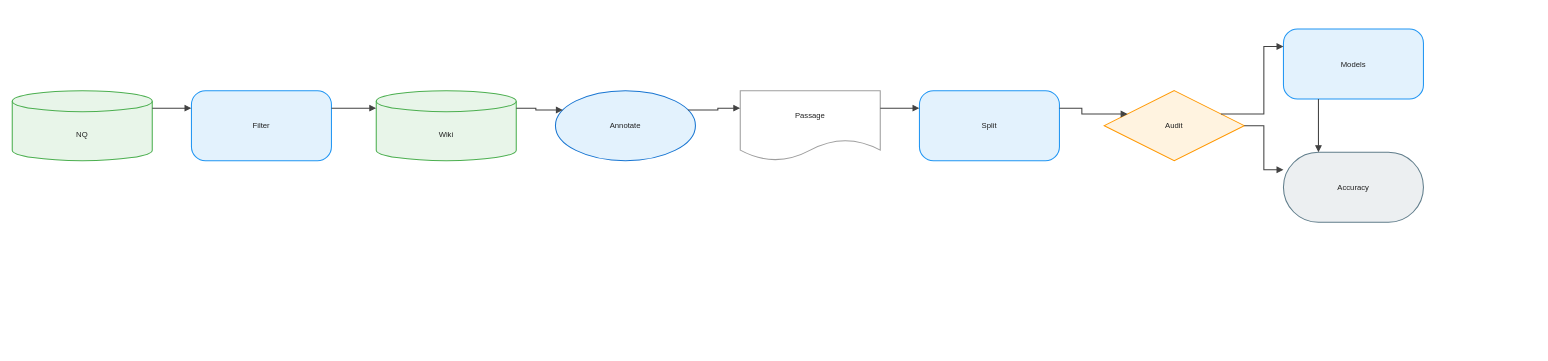
The draw.io diagram client/public/drawio/BoolQ/BoolQ.en.drawio in joe1chief/benchmark-hub, before the edit. Source tidied: cells renumbered, new cells numbered last; positions are measured from the earlier drawing's top-left corner, leaving out a move shared by most shapes. Both pictures are drawn from the tidied source at 70%, with x=0, y=0 at pixel (12, 29).
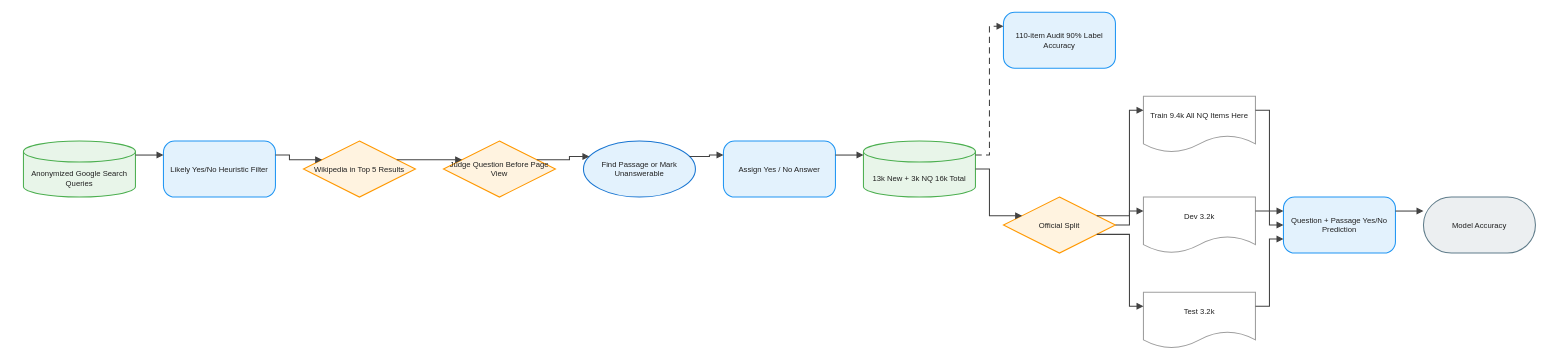
The same diagram, later.

What changed in the source:
```diff
@@
-    <mxCell id="2" value="NQ" style="shape=cylinder3;boundedLbl=1;backgroundOutline=1;size=15;html=1;whiteSpace=wrap;fillColor=#E8F5E9;strokeColor=#4CAF50;strokeWidth=1.5;fontColor=#212121;fontSize=11;fontFamily=Arial, Helvetica, sans-serif;verticalAlign=middle;align=center;" parent="1" vertex="1">
-      <mxGeometry y="88" width="200" height="100" as="geometry" />
+    <mxCell id="2" value="Anonymized Google Search Queries" style="shape=cylinder3;boundedLbl=1;backgroundOutline=1;size=15;html=1;whiteSpace=wrap;fillColor=#E8F5E9;strokeColor=#4CAF50;strokeWidth=1.5;fontColor=#212121;fontSize=11;fontFamily=Arial, Helvetica, sans-serif;verticalAlign=middle;align=center;" parent="1" vertex="1">
+      <mxGeometry x="16" y="160" width="160" height="80" as="geometry" />
     </mxCell>
-    <mxCell id="3" value="Filter" style="rounded=1;arcSize=20;html=1;whiteSpace=wrap;fillColor=#E3F2FD;strokeColor=#2196F3;strokeWidth=1.5;fontColor=#212121;fontSize=11;fontFamily=Arial, Helvetica, sans-serif;verticalAlign=middle;align=center;" parent="1" vertex="1">
-      <mxGeometry x="256" y="88" width="200" height="100" as="geometry" />
+    <mxCell id="3" value="Likely Yes/No Heuristic Filter" style="rounded=1;arcSize=20;html=1;whiteSpace=wrap;fillColor=#E3F2FD;strokeColor=#2196F3;strokeWidth=1.5;fontColor=#212121;fontSize=11;fontFamily=Arial, Helvetica, sans-serif;verticalAlign=middle;align=center;" parent="1" vertex="1">
+      <mxGeometry x="216" y="160" width="160" height="80" as="geometry" />
     </mxCell>
-    <mxCell id="4" value="Wiki" style="shape=cylinder3;boundedLbl=1;backgroundOutline=1;size=15;html=1;whiteSpace=wrap;fillColor=#E8F5E9;strokeColor=#4CAF50;strokeWidth=1.5;fontColor=#212121;fontSize=11;fontFamily=Arial, Helvetica, sans-serif;verticalAlign=middle;align=center;" parent="1" vertex="1">
-      <mxGeometry x="520" y="88" width="200" height="100" as="geometry" />
+    <mxCell id="4" value="Wikipedia in Top 5 Results" style="rhombus;html=1;whiteSpace=wrap;fillColor=#FFF3E0;strokeColor=#FF9800;strokeWidth=1.5;fontColor=#212121;fontSize=11;fontFamily=Arial, Helvetica, sans-serif;verticalAlign=middle;align=center;" parent="1" vertex="1">
+      <mxGeometry x="416" y="160" width="160" height="80" as="geometry" />
     </mxCell>
-    <mxCell id="5" value="Annotate" style="ellipse;html=1;whiteSpace=wrap;fillColor=#E3F2FD;strokeColor=#1976D2;strokeWidth=1.5;fontColor=#212121;fontSize=11;fontFamily=Arial, Helvetica, sans-serif;verticalAlign=middle;align=center;" parent="1" vertex="1">
-      <mxGeometry x="776" y="88" width="200" height="100" as="geometry" />
+    <mxCell id="5" value="Judge Question Before Page View" style="rhombus;html=1;whiteSpace=wrap;fillColor=#FFF3E0;strokeColor=#FF9800;strokeWidth=1.5;fontColor=#212121;fontSize=11;fontFamily=Arial, Helvetica, sans-serif;verticalAlign=middle;align=center;" parent="1" vertex="1">
+      <mxGeometry x="616" y="160" width="160" height="80" as="geometry" />
     </mxCell>
-    <mxCell id="6" value="Passage" style="shape=document;boundedLbl=1;html=1;whiteSpace=wrap;fillColor=#FFFFFF;strokeColor=#9E9E9E;strokeWidth=1.5;fontColor=#212121;fontSize=11;fontFamily=Arial, Helvetica, sans-serif;verticalAlign=middle;align=center;" parent="1" vertex="1">
-      <mxGeometry x="1040" y="88" width="200" height="100" as="geometry" />
+    <mxCell id="6" value="Find Passage or Mark Unanswerable" style="ellipse;html=1;whiteSpace=wrap;fillColor=#E3F2FD;strokeColor=#1976D2;strokeWidth=1.5;fontColor=#212121;fontSize=11;fontFamily=Arial, Helvetica, sans-serif;verticalAlign=middle;align=center;" parent="1" vertex="1">
+      <mxGeometry x="816" y="160" width="160" height="80" as="geometry" />
     </mxCell>
-    <mxCell id="7" value="Split" style="rounded=1;arcSize=20;html=1;whiteSpace=wrap;fillColor=#E3F2FD;strokeColor=#2196F3;strokeWidth=1.5;fontColor=#212121;fontSize=11;fontFamily=Arial, Helvetica, sans-serif;verticalAlign=middle;align=center;" parent="1" vertex="1">
-      <mxGeometry x="1296" y="88" width="200" height="100" as="geometry" />
+    <mxCell id="7" value="Assign Yes / No Answer" style="rounded=1;arcSize=20;html=1;whiteSpace=wrap;fillColor=#E3F2FD;strokeColor=#2196F3;strokeWidth=1.5;fontColor=#212121;fontSize=11;fontFamily=Arial, Helvetica, sans-serif;verticalAlign=middle;align=center;" parent="1" vertex="1">
+      <mxGeometry x="1016" y="160" width="160" height="80" as="geometry" />
     </mxCell>
-    <mxCell id="8" value="Audit" style="rhombus;html=1;whiteSpace=wrap;fillColor=#FFF3E0;strokeColor=#FF9800;strokeWidth=1.5;fontColor=#212121;fontSize=11;fontFamily=Arial, Helvetica, sans-serif;verticalAlign=middle;align=center;" parent="1" vertex="1">
-      <mxGeometry x="1560" y="88" width="200" height="100" as="geometry" />
+    <mxCell id="8" value="13k New + 3k NQ 16k Total" style="shape=cylinder3;boundedLbl=1;backgroundOutline=1;size=15;html=1;whiteSpace=wrap;fillColor=#E8F5E9;strokeColor=#4CAF50;strokeWidth=1.5;fontColor=#212121;fontSize=11;fontFamily=Arial, Helvetica, sans-serif;verticalAlign=middle;align=center;" parent="1" vertex="1">
+      <mxGeometry x="1216" y="160" width="160" height="80" as="geometry" />
     </mxCell>
-    <mxCell id="9" value="Models" style="rounded=1;arcSize=20;html=1;whiteSpace=wrap;fillColor=#E3F2FD;strokeColor=#2196F3;strokeWidth=1.5;fontColor=#212121;fontSize=11;fontFamily=Arial, Helvetica, sans-serif;verticalAlign=middle;align=center;" parent="1" vertex="1">
-      <mxGeometry x="1816" width="200" height="100" as="geometry" />
+    <mxCell id="9" value="110-item Audit 90% Label Accuracy" style="rounded=1;arcSize=20;html=1;whiteSpace=wrap;fillColor=#E3F2FD;strokeColor=#2196F3;strokeWidth=1.5;fontColor=#212121;fontSize=11;fontFamily=Arial, Helvetica, sans-serif;verticalAlign=middle;align=center;" parent="1" vertex="1">
+      <mxGeometry x="1416" y="-24" width="160" height="80" as="geometry" />
     </mxCell>
-    <mxCell id="10" value="Accuracy" style="rounded=1;arcSize=50;html=1;whiteSpace=wrap;fillColor=#ECEFF1;strokeColor=#607D8B;strokeWidth=1.5;fontColor=#212121;fontSize=11;fontFamily=Arial, Helvetica, sans-serif;verticalAlign=middle;align=center;" parent="1" vertex="1">
-      <mxGeometry x="1816" y="176" width="200" height="100" as="geometry" />
+    <mxCell id="10" value="Official Split" style="rhombus;html=1;whiteSpace=wrap;fillColor=#FFF3E0;strokeColor=#FF9800;strokeWidth=1.5;fontColor=#212121;fontSize=11;fontFamily=Arial, Helvetica, sans-serif;verticalAlign=middle;align=center;" parent="1" vertex="1">
+      <mxGeometry x="1416" y="240" width="160" height="80" as="geometry" />
     </mxCell>
-    <mxCell id="11" style="edgeStyle=orthogonalEdgeStyle;rounded=0;jettySize=auto;html=1;strokeColor=#424242;strokeWidth=1.5;endArrow=block;endFill=1;exitX=1;exitY=0.25;exitDx=0;exitDy=0;entryX=0;entryY=0.25;entryDx=0;entryDy=0;jumpStyle=arc;jumpSize=8;" parent="1" edge="1" source="2" target="3">
-      <mxGeometry relative="1" as="geometry" />
+    <mxCell id="11" value="Train 9.4k All NQ Items Here" style="shape=document;boundedLbl=1;html=1;whiteSpace=wrap;fillColor=#FFFFFF;strokeColor=#9E9E9E;strokeWidth=1.5;fontColor=#212121;fontSize=11;fontFamily=Arial, Helvetica, sans-serif;verticalAlign=middle;align=center;" parent="1" vertex="1">
+      <mxGeometry x="1616" y="96" width="160" height="80" as="geometry" />
     </mxCell>
-    <mxCell id="12" style="edgeStyle=orthogonalEdgeStyle;rounded=0;jettySize=auto;html=1;strokeColor=#424242;strokeWidth=1.5;endArrow=block;endFill=1;exitX=1;exitY=0.25;exitDx=0;exitDy=0;entryX=0;entryY=0.25;entryDx=0;entryDy=0;jumpStyle=arc;jumpSize=8;" parent="1" edge="1" source="3" target="4">
-      <mxGeometry relative="1" as="geometry" />
+    <mxCell id="12" value="Dev 3.2k" style="shape=document;boundedLbl=1;html=1;whiteSpace=wrap;fillColor=#FFFFFF;strokeColor=#9E9E9E;strokeWidth=1.5;fontColor=#212121;fontSize=11;fontFamily=Arial, Helvetica, sans-serif;verticalAlign=middle;align=center;" parent="1" vertex="1">
+      <mxGeometry x="1616" y="240" width="160" height="80" as="geometry" />
     </mxCell>
-    <mxCell id="13" style="edgeStyle=orthogonalEdgeStyle;rounded=0;jettySize=auto;html=1;strokeColor=#424242;strokeWidth=1.5;endArrow=block;endFill=1;exitX=1;exitY=0.25;exitDx=0;exitDy=0;entryX=0;entryY=0.25;entryDx=0;entryDy=0;jumpStyle=arc;jumpSize=8;" parent="1" edge="1" source="4" target="5">
-      <mxGeometry relative="1" as="geometry" />
+    <mxCell id="13" value="Test 3.2k" style="shape=document;boundedLbl=1;html=1;whiteSpace=wrap;fillColor=#FFFFFF;strokeColor=#9E9E9E;strokeWidth=1.5;fontColor=#212121;fontSize=11;fontFamily=Arial, Helvetica, sans-serif;verticalAlign=middle;align=center;" parent="1" vertex="1">
+      <mxGeometry x="1616" y="376" width="160" height="80" as="geometry" />
     </mxCell>
-    <mxCell id="14" style="edgeStyle=orthogonalEdgeStyle;rounded=0;jettySize=auto;html=1;strokeColor=#424242;strokeWidth=1.5;endArrow=block;endFill=1;exitX=1;exitY=0.25;exitDx=0;exitDy=0;entryX=0;entryY=0.25;entryDx=0;entryDy=0;jumpStyle=arc;jumpSize=8;" parent="1" edge="1" source="5" target="6">
-      <mxGeometry relative="1" as="geometry" />
+    <mxCell id="14" value="Question + Passage Yes/No Prediction" style="rounded=1;arcSize=20;html=1;whiteSpace=wrap;fillColor=#E3F2FD;strokeColor=#2196F3;strokeWidth=1.5;fontColor=#212121;fontSize=11;fontFamily=Arial, Helvetica, sans-serif;verticalAlign=middle;align=center;" parent="1" vertex="1">
+      <mxGeometry x="1816" y="240" width="160" height="80" as="geometry" />
     </mxCell>
-    <mxCell id="15" style="edgeStyle=orthogonalEdgeStyle;rounded=0;jettySize=auto;html=1;strokeColor=#424242;strokeWidth=1.5;endArrow=block;endFill=1;exitX=1;exitY=0.25;exitDx=0;exitDy=0;entryX=0;entryY=0.25;entryDx=0;entryDy=0;jumpStyle=arc;jumpSize=8;" parent="1" edge="1" source="6" target="7">
-      <mxGeometry relative="1" as="geometry" />
+    <mxCell id="15" value="Model Accuracy" style="rounded=1;arcSize=50;html=1;whiteSpace=wrap;fillColor=#ECEFF1;strokeColor=#607D8B;strokeWidth=1.5;fontColor=#212121;fontSize=11;fontFamily=Arial, Helvetica, sans-serif;verticalAlign=middle;align=center;" parent="1" vertex="1">
+      <mxGeometry x="2016" y="240" width="160" height="80" as="geometry" />
     </mxCell>
-    <mxCell id="16" style="edgeStyle=orthogonalEdgeStyle;rounded=0;jettySize=auto;html=1;strokeColor=#424242;strokeWidth=1.5;endArrow=block;endFill=1;exitX=1;exitY=0.25;exitDx=0;exitDy=0;entryX=0;entryY=0.25;entryDx=0;entryDy=0;jumpStyle=arc;jumpSize=8;" parent="1" edge="1" source="7" target="8">
+    <mxCell id="16" style="edgeStyle=orthogonalEdgeStyle;rounded=0;jettySize=auto;html=1;strokeColor=#424242;strokeWidth=1.5;endArrow=block;endFill=1;exitX=1;exitY=0.25;exitDx=0;exitDy=0;entryX=0;entryY=0.25;entryDx=0;entryDy=0;jumpStyle=arc;jumpSize=8;" parent="1" edge="1" source="2" target="3">
       <mxGeometry relative="1" as="geometry" />
     </mxCell>
-    <mxCell id="17" style="edgeStyle=orthogonalEdgeStyle;rounded=0;jettySize=auto;html=1;strokeColor=#424242;strokeWidth=1.5;endArrow=block;endFill=1;exitX=1;exitY=0.25;exitDx=0;exitDy=0;entryX=0;entryY=0.25;entryDx=0;entryDy=0;jumpStyle=arc;jumpSize=8;" parent="1" edge="1" source="8" target="9">
+    <mxCell id="17" style="edgeStyle=orthogonalEdgeStyle;rounded=0;jettySize=auto;html=1;strokeColor=#424242;strokeWidth=1.5;endArrow=block;endFill=1;exitX=1;exitY=0.25;exitDx=0;exitDy=0;entryX=0;entryY=0.25;entryDx=0;entryDy=0;jumpStyle=arc;jumpSize=8;" parent="1" edge="1" source="3" target="4">
       <mxGeometry relative="1" as="geometry" />
     </mxCell>
-    <mxCell id="18" style="edgeStyle=orthogonalEdgeStyle;rounded=0;jettySize=auto;html=1;strokeColor=#424242;strokeWidth=1.5;endArrow=block;endFill=1;exitX=1;exitY=0.5;exitDx=0;exitDy=0;entryX=0;entryY=0.25;entryDx=0;entryDy=0;jumpStyle=arc;jumpSize=8;" parent="1" edge="1" source="8" target="10">
+    <mxCell id="18" style="edgeStyle=orthogonalEdgeStyle;rounded=0;jettySize=auto;html=1;strokeColor=#424242;strokeWidth=1.5;endArrow=block;endFill=1;exitX=1;exitY=0.25;exitDx=0;exitDy=0;entryX=0;entryY=0.25;entryDx=0;entryDy=0;jumpStyle=arc;jumpSize=8;" parent="1" edge="1" source="4" target="5">
       <mxGeometry relative="1" as="geometry" />
     </mxCell>
-    <mxCell id="19" style="edgeStyle=orthogonalEdgeStyle;rounded=0;jettySize=auto;html=1;strokeColor=#424242;strokeWidth=1.5;endArrow=block;endFill=1;exitX=0.25;exitY=1;exitDx=0;exitDy=0;entryX=0.25;entryY=0;entryDx=0;entryDy=0;jumpStyle=arc;jumpSize=8;" parent="1" edge="1" source="9" target="10">
+    <mxCell id="19" style="edgeStyle=orthogonalEdgeStyle;rounded=0;jettySize=auto;html=1;strokeColor=#424242;strokeWidth=1.5;endArrow=block;endFill=1;exitX=1;exitY=0.25;exitDx=0;exitDy=0;entryX=0;entryY=0.25;entryDx=0;entryDy=0;jumpStyle=arc;jumpSize=8;" parent="1" edge="1" source="5" target="6">
       <mxGeometry relative="1" as="geometry" />
     </mxCell>
+    <mxCell id="20" style="edgeStyle=orthogonalEdgeStyle;rounded=0;jettySize=auto;html=1;strokeColor=#424242;strokeWidth=1.5;endArrow=block;endFill=1;exitX=1;exitY=0.25;exitDx=0;exitDy=0;entryX=0;entryY=0.25;entryDx=0;entryDy=0;jumpStyle=arc;jumpSize=8;" parent="1" edge="1" source="6" target="7">
+      <mxGeometry relative="1" as="geometry" />
+    </mxCell>
+    <mxCell id="21" style="edgeStyle=orthogonalEdgeStyle;rounded=0;jettySize=auto;html=1;strokeColor=#424242;strokeWidth=1.5;endArrow=block;endFill=1;exitX=1;exitY=0.25;exitDx=0;exitDy=0;entryX=0;entryY=0.25;entryDx=0;entryDy=0;jumpStyle=arc;jumpSize=8;" parent="1" edge="1" source="7" target="8">
+      <mxGeometry relative="1" as="geometry" />
+    </mxCell>
+    <mxCell id="22" style="edgeStyle=orthogonalEdgeStyle;rounded=0;jettySize=auto;html=1;strokeColor=#424242;strokeWidth=1.5;endArrow=block;endFill=1;exitX=1;exitY=0.25;exitDx=0;exitDy=0;entryX=0;entryY=0.25;entryDx=0;entryDy=0;dashed=1;dashPattern=6 4;jumpStyle=arc;jumpSize=8;" parent="1" edge="1" source="8" target="9">
+      <mxGeometry relative="1" as="geometry" />
+    </mxCell>
+    <mxCell id="23" style="edgeStyle=orthogonalEdgeStyle;rounded=0;jettySize=auto;html=1;strokeColor=#424242;strokeWidth=1.5;endArrow=block;endFill=1;exitX=1;exitY=0.5;exitDx=0;exitDy=0;entryX=0;entryY=0.25;entryDx=0;entryDy=0;jumpStyle=arc;jumpSize=8;" parent="1" edge="1" source="8" target="10">
+      <mxGeometry relative="1" as="geometry" />
+    </mxCell>
+    <mxCell id="24" style="edgeStyle=orthogonalEdgeStyle;rounded=0;jettySize=auto;html=1;strokeColor=#424242;strokeWidth=1.5;endArrow=block;endFill=1;exitX=1;exitY=0.25;exitDx=0;exitDy=0;entryX=0;entryY=0.25;entryDx=0;entryDy=0;jumpStyle=arc;jumpSize=8;" parent="1" edge="1" source="10" target="11">
+      <mxGeometry relative="1" as="geometry" />
+    </mxCell>
+    <mxCell id="25" style="edgeStyle=orthogonalEdgeStyle;rounded=0;jettySize=auto;html=1;strokeColor=#424242;strokeWidth=1.5;endArrow=block;endFill=1;exitX=1;exitY=0.5;exitDx=0;exitDy=0;entryX=0;entryY=0.25;entryDx=0;entryDy=0;jumpStyle=arc;jumpSize=8;" parent="1" edge="1" source="10" target="12">
+      <mxGeometry relative="1" as="geometry" />
+    </mxCell>
+    <mxCell id="26" style="edgeStyle=orthogonalEdgeStyle;rounded=0;jettySize=auto;html=1;strokeColor=#424242;strokeWidth=1.5;endArrow=block;endFill=1;exitX=1;exitY=0.75;exitDx=0;exitDy=0;entryX=0;entryY=0.25;entryDx=0;entryDy=0;jumpStyle=arc;jumpSize=8;" parent="1" edge="1" source="10" target="13">
+      <mxGeometry relative="1" as="geometry" />
+    </mxCell>
+    <mxCell id="27" style="edgeStyle=orthogonalEdgeStyle;rounded=0;jettySize=auto;html=1;strokeColor=#424242;strokeWidth=1.5;endArrow=block;endFill=1;exitX=1;exitY=0.25;exitDx=0;exitDy=0;entryX=0;entryY=0.25;entryDx=0;entryDy=0;jumpStyle=arc;jumpSize=8;" parent="1" edge="1" source="11" target="14">
+      <mxGeometry relative="1" as="geometry" />
+    </mxCell>
+    <mxCell id="28" style="edgeStyle=orthogonalEdgeStyle;rounded=0;jettySize=auto;html=1;strokeColor=#424242;strokeWidth=1.5;endArrow=block;endFill=1;exitX=1;exitY=0.25;exitDx=0;exitDy=0;entryX=0;entryY=0.5;entryDx=0;entryDy=0;jumpStyle=arc;jumpSize=8;" parent="1" edge="1" source="12" target="14">
+      <mxGeometry relative="1" as="geometry" />
+    </mxCell>
+    <mxCell id="29" style="edgeStyle=orthogonalEdgeStyle;rounded=0;jettySize=auto;html=1;strokeColor=#424242;strokeWidth=1.5;endArrow=block;endFill=1;exitX=1;exitY=0.25;exitDx=0;exitDy=0;entryX=0;entryY=0.75;entryDx=0;entryDy=0;jumpStyle=arc;jumpSize=8;" parent="1" edge="1" source="13" target="14">
+      <mxGeometry relative="1" as="geometry" />
+    </mxCell>
+    <mxCell id="30" style="edgeStyle=orthogonalEdgeStyle;rounded=0;jettySize=auto;html=1;strokeColor=#424242;strokeWidth=1.5;endArrow=block;endFill=1;exitX=1;exitY=0.25;exitDx=0;exitDy=0;entryX=0;entryY=0.25;entryDx=0;entryDy=0;jumpStyle=arc;jumpSize=8;" parent="1" edge="1" source="14" target="15">
+      <mxGeometry relative="1" as="geometry" />
+    </mxCell>
```
